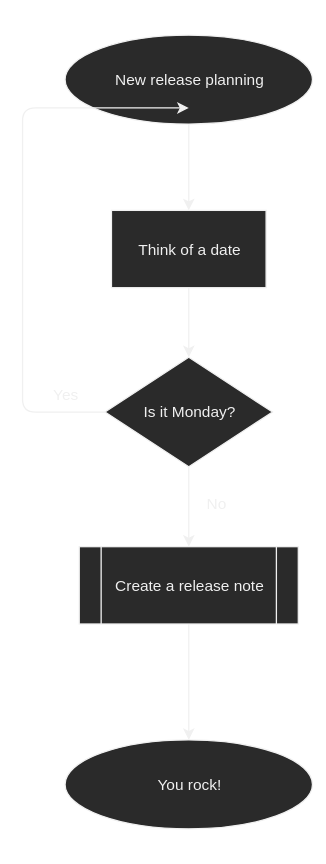
The draw.io diagram Reference project/Documents/Planning/New release diagram.svg in priest103/kb-obsidian-template, before a commit. Source tidied: cells renumbered, new cells last; positions are measured from the earlier drawing's top-left corner, leaving out a move shared by most shapes.
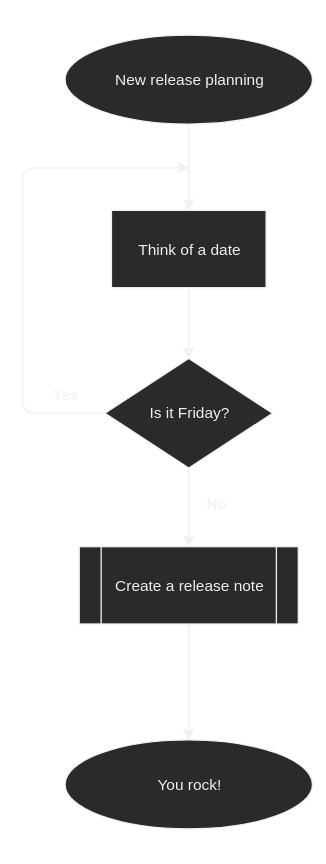
Later version of the same file.

Commit message:
vault backup: 2023-05-18 11:57:46

What changed in the source:
```diff
@@ -16,7 +16,7 @@
     </mxCell>
     <mxCell id="6" style="edgeStyle=elbowEdgeStyle;html=1;" parent="1" edge="1" source="8">
       <mxGeometry relative="1" as="geometry">
-        <mxPoint x="129" y="94.5" as="targetPoint" />
+        <mxPoint x="129" y="141" as="targetPoint" />
         <Array as="points">
           <mxPoint y="172" />
         </Array>
@@ -25,8 +25,8 @@
     <mxCell id="7" style="edgeStyle=elbowEdgeStyle;html=1;" parent="1" edge="1" source="8" target="11">
       <mxGeometry relative="1" as="geometry" />
     </mxCell>
-    <mxCell id="8" value="Is it Monday?" style="rhombus;whiteSpace=wrap;html=1;" parent="1" vertex="1">
-      <mxGeometry x="64" y="288" width="130" height="85" as="geometry" />
+    <mxCell id="8" value="Is it Friday?" style="rhombus;whiteSpace=wrap;html=1;" parent="1" vertex="1">
+      <mxGeometry x="64" y="289" width="130" height="85" as="geometry" />
     </mxCell>
     <mxCell id="9" value="Yes" style="text;html=1;strokeColor=none;fillColor=none;align=center;verticalAlign=middle;whiteSpace=wrap;rounded=0;" parent="1" vertex="1">
       <mxGeometry x="13" y="269" width="40" height="20" as="geometry" />
```
